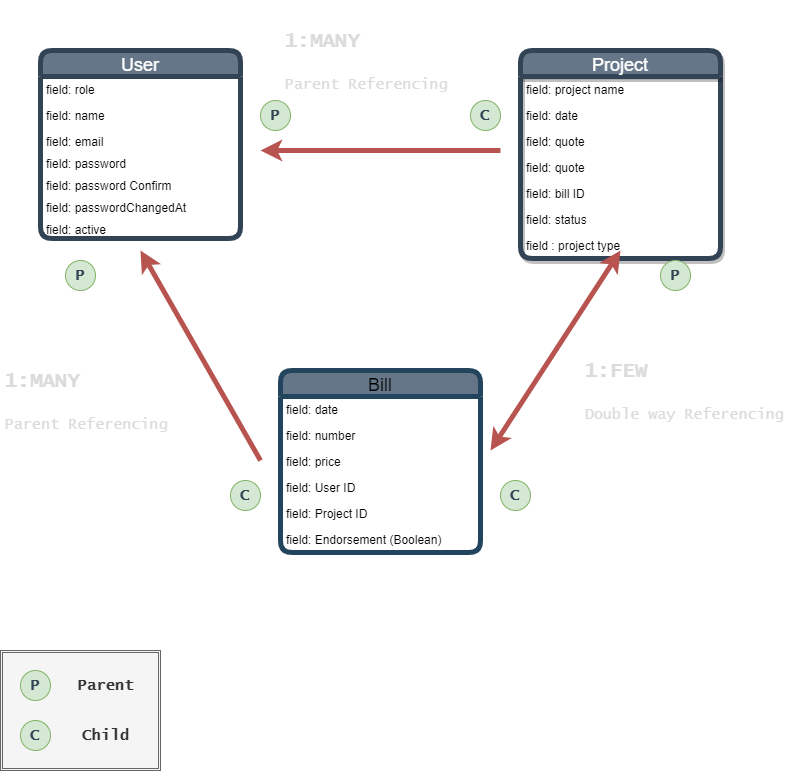
Before: Data Model.drawio.png, a diagram exported from draw.io (nasfernane/chill-panda). Source tidied: cells renumbered, new cells last; positions are measured from the earlier drawing's top-left corner, leaving out a move shared by most shapes.
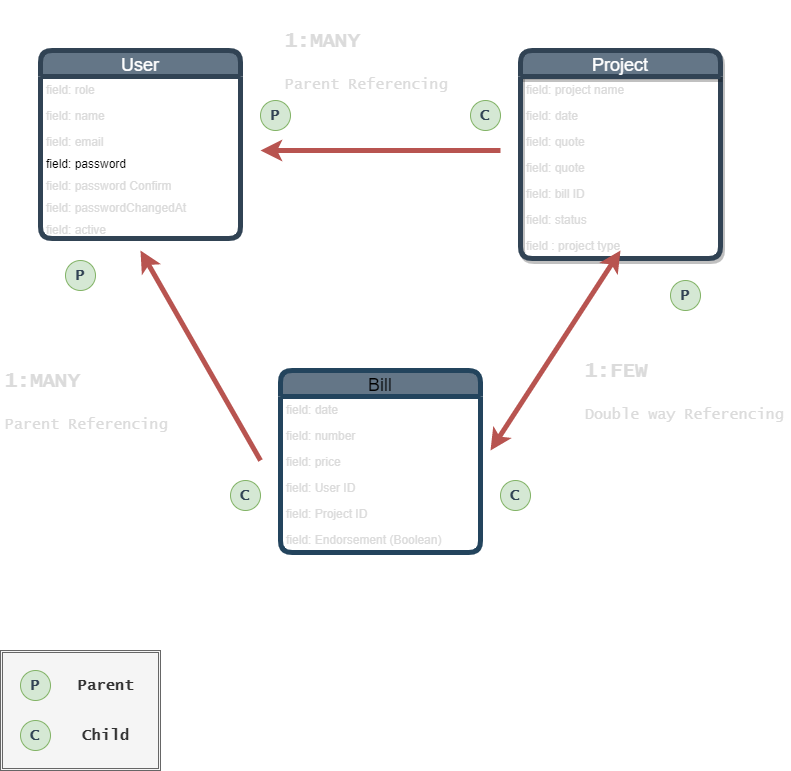
Later version of the same file.

Change to the diagram source:
```diff
@@ -5,70 +5,70 @@
     <mxCell id="2" value="User" style="swimlane;fontStyle=0;horizontal=1;startSize=26;fillColor=#647687;direction=east;fontColor=#ffffff;rounded=1;strokeWidth=5;strokeColor=#314354;fontSize=18;" parent="1" vertex="1">
       <mxGeometry x="40" y="40" width="200" height="188" as="geometry" />
     </mxCell>
-    <mxCell id="3" value="field: role" style="text;align=left;verticalAlign=top;spacingLeft=4;spacingRight=4;overflow=hidden;" parent="2" vertex="1">
+    <mxCell id="3" value="field: role" style="text;align=left;verticalAlign=top;spacingLeft=4;spacingRight=4;overflow=hidden;fontColor=#DBDBDB;" parent="2" vertex="1">
       <mxGeometry y="26" width="200" height="26" as="geometry" />
     </mxCell>
-    <mxCell id="4" value="field: name&#10;" style="text;align=left;verticalAlign=top;spacingLeft=4;spacingRight=4;overflow=hidden;strokeWidth=3;" parent="2" vertex="1">
+    <mxCell id="4" value="field: name&#10;" style="text;align=left;verticalAlign=top;spacingLeft=4;spacingRight=4;overflow=hidden;strokeWidth=3;fontColor=#DBDBDB;" parent="2" vertex="1">
       <mxGeometry y="52" width="200" height="26" as="geometry" />
     </mxCell>
-    <mxCell id="5" value="field: email&#10;" style="text;align=left;verticalAlign=top;spacingLeft=4;spacingRight=4;overflow=hidden;" parent="2" vertex="1">
+    <mxCell id="5" value="field: email&#10;" style="text;align=left;verticalAlign=top;spacingLeft=4;spacingRight=4;overflow=hidden;fontColor=#DBDBDB;" parent="2" vertex="1">
       <mxGeometry y="78" width="200" height="22" as="geometry" />
     </mxCell>
     <mxCell id="6" value="field: password" style="text;align=left;verticalAlign=top;spacingLeft=4;spacingRight=4;overflow=hidden;" parent="2" vertex="1">
       <mxGeometry y="100" width="200" height="22" as="geometry" />
     </mxCell>
-    <mxCell id="7" value="field: password Confirm&#10;" style="text;align=left;verticalAlign=top;spacingLeft=4;spacingRight=4;overflow=hidden;" parent="2" vertex="1">
+    <mxCell id="7" value="field: password Confirm&#10;" style="text;align=left;verticalAlign=top;spacingLeft=4;spacingRight=4;overflow=hidden;fontColor=#DBDBDB;" parent="2" vertex="1">
       <mxGeometry y="122" width="200" height="22" as="geometry" />
     </mxCell>
-    <mxCell id="8" value="field: passwordChangedAt" style="text;align=left;verticalAlign=top;spacingLeft=4;spacingRight=4;overflow=hidden;" parent="2" vertex="1">
+    <mxCell id="8" value="field: passwordChangedAt" style="text;align=left;verticalAlign=top;spacingLeft=4;spacingRight=4;overflow=hidden;fontColor=#DBDBDB;" parent="2" vertex="1">
       <mxGeometry y="144" width="200" height="22" as="geometry" />
     </mxCell>
-    <mxCell id="9" value="field: active&#10;" style="text;align=left;verticalAlign=top;spacingLeft=4;spacingRight=4;overflow=hidden;" parent="2" vertex="1">
+    <mxCell id="9" value="field: active&#10;" style="text;align=left;verticalAlign=top;spacingLeft=4;spacingRight=4;overflow=hidden;fontColor=#DBDBDB;" parent="2" vertex="1">
       <mxGeometry y="166" width="200" height="22" as="geometry" />
     </mxCell>
     <mxCell id="10" value="Project" style="swimlane;fontStyle=0;horizontal=1;startSize=26;strokeColor=#314354;fontColor=#ffffff;rounded=1;shadow=1;strokeWidth=5;fillColor=#647687;fontSize=18;" parent="1" vertex="1">
       <mxGeometry x="520" y="40" width="200" height="208" as="geometry" />
     </mxCell>
-    <mxCell id="11" value="field: project name" style="text;strokeColor=none;fillColor=none;align=left;verticalAlign=top;spacingLeft=4;spacingRight=4;overflow=hidden;" parent="10" vertex="1">
+    <mxCell id="11" value="field: project name" style="text;strokeColor=none;fillColor=none;align=left;verticalAlign=top;spacingLeft=4;spacingRight=4;overflow=hidden;fontColor=#DBDBDB;" parent="10" vertex="1">
       <mxGeometry y="26" width="200" height="26" as="geometry" />
     </mxCell>
-    <mxCell id="12" value="field: date" style="text;strokeColor=none;fillColor=none;align=left;verticalAlign=top;spacingLeft=4;spacingRight=4;overflow=hidden;" parent="10" vertex="1">
+    <mxCell id="12" value="field: date" style="text;strokeColor=none;fillColor=none;align=left;verticalAlign=top;spacingLeft=4;spacingRight=4;overflow=hidden;fontColor=#DBDBDB;" parent="10" vertex="1">
       <mxGeometry y="52" width="200" height="26" as="geometry" />
     </mxCell>
-    <mxCell id="13" value="field: quote" style="text;strokeColor=none;fillColor=none;align=left;verticalAlign=top;spacingLeft=4;spacingRight=4;overflow=hidden;" parent="10" vertex="1">
+    <mxCell id="13" value="field: quote" style="text;strokeColor=none;fillColor=none;align=left;verticalAlign=top;spacingLeft=4;spacingRight=4;overflow=hidden;fontColor=#DBDBDB;" parent="10" vertex="1">
       <mxGeometry y="78" width="200" height="26" as="geometry" />
     </mxCell>
-    <mxCell id="14" value="field: quote" style="text;strokeColor=none;fillColor=none;align=left;verticalAlign=top;spacingLeft=4;spacingRight=4;overflow=hidden;" parent="10" vertex="1">
+    <mxCell id="14" value="field: quote" style="text;strokeColor=none;fillColor=none;align=left;verticalAlign=top;spacingLeft=4;spacingRight=4;overflow=hidden;fontColor=#DBDBDB;" parent="10" vertex="1">
       <mxGeometry y="104" width="200" height="26" as="geometry" />
     </mxCell>
-    <mxCell id="15" value="field: bill ID" style="text;strokeColor=none;fillColor=none;align=left;verticalAlign=top;spacingLeft=4;spacingRight=4;overflow=hidden;" parent="10" vertex="1">
+    <mxCell id="15" value="field: bill ID" style="text;strokeColor=none;fillColor=none;align=left;verticalAlign=top;spacingLeft=4;spacingRight=4;overflow=hidden;fontColor=#DBDBDB;" parent="10" vertex="1">
       <mxGeometry y="130" width="200" height="26" as="geometry" />
     </mxCell>
-    <mxCell id="16" value="field: status" style="text;strokeColor=none;fillColor=none;align=left;verticalAlign=top;spacingLeft=4;spacingRight=4;overflow=hidden;" parent="10" vertex="1">
+    <mxCell id="16" value="field: status" style="text;strokeColor=none;fillColor=none;align=left;verticalAlign=top;spacingLeft=4;spacingRight=4;overflow=hidden;fontColor=#DBDBDB;" parent="10" vertex="1">
       <mxGeometry y="156" width="200" height="26" as="geometry" />
     </mxCell>
-    <mxCell id="17" value="field : project type" style="text;strokeColor=none;fillColor=none;align=left;verticalAlign=top;spacingLeft=4;spacingRight=4;overflow=hidden;" parent="10" vertex="1">
+    <mxCell id="17" value="field : project type" style="text;strokeColor=none;fillColor=none;align=left;verticalAlign=top;spacingLeft=4;spacingRight=4;overflow=hidden;fontColor=#DBDBDB;" parent="10" vertex="1">
       <mxGeometry y="182" width="200" height="26" as="geometry" />
     </mxCell>
     <mxCell id="18" value="Bill" style="swimlane;fontStyle=0;horizontal=1;startSize=26;rounded=1;strokeWidth=5;strokeColor=#23445d;fillColor=#647687;fontSize=18;" parent="1" vertex="1">
       <mxGeometry x="280" y="360" width="200" height="182" as="geometry" />
     </mxCell>
-    <mxCell id="19" value="field: date" style="text;strokeColor=none;fillColor=none;align=left;verticalAlign=top;spacingLeft=4;spacingRight=4;overflow=hidden;" parent="18" vertex="1">
+    <mxCell id="19" value="field: date" style="text;strokeColor=none;fillColor=none;align=left;verticalAlign=top;spacingLeft=4;spacingRight=4;overflow=hidden;fontColor=#DBDBDB;" parent="18" vertex="1">
       <mxGeometry y="26" width="200" height="26" as="geometry" />
     </mxCell>
-    <mxCell id="20" value="field: number" style="text;strokeColor=none;fillColor=none;align=left;verticalAlign=top;spacingLeft=4;spacingRight=4;overflow=hidden;" parent="18" vertex="1">
+    <mxCell id="20" value="field: number" style="text;strokeColor=none;fillColor=none;align=left;verticalAlign=top;spacingLeft=4;spacingRight=4;overflow=hidden;fontColor=#DBDBDB;" parent="18" vertex="1">
       <mxGeometry y="52" width="200" height="26" as="geometry" />
     </mxCell>
-    <mxCell id="21" value="field: price" style="text;strokeColor=none;fillColor=none;align=left;verticalAlign=top;spacingLeft=4;spacingRight=4;overflow=hidden;" parent="18" vertex="1">
+    <mxCell id="21" value="field: price" style="text;strokeColor=none;fillColor=none;align=left;verticalAlign=top;spacingLeft=4;spacingRight=4;overflow=hidden;fontColor=#DBDBDB;" parent="18" vertex="1">
       <mxGeometry y="78" width="200" height="26" as="geometry" />
     </mxCell>
-    <mxCell id="22" value="field: User ID" style="text;strokeColor=none;fillColor=none;align=left;verticalAlign=top;spacingLeft=4;spacingRight=4;overflow=hidden;" parent="18" vertex="1">
+    <mxCell id="22" value="field: User ID" style="text;strokeColor=none;fillColor=none;align=left;verticalAlign=top;spacingLeft=4;spacingRight=4;overflow=hidden;fontColor=#DBDBDB;" parent="18" vertex="1">
       <mxGeometry y="104" width="200" height="26" as="geometry" />
     </mxCell>
-    <mxCell id="23" value="field: Project ID" style="text;strokeColor=none;fillColor=none;align=left;verticalAlign=top;spacingLeft=4;spacingRight=4;overflow=hidden;" parent="18" vertex="1">
+    <mxCell id="23" value="field: Project ID" style="text;strokeColor=none;fillColor=none;align=left;verticalAlign=top;spacingLeft=4;spacingRight=4;overflow=hidden;fontColor=#DBDBDB;" parent="18" vertex="1">
       <mxGeometry y="130" width="200" height="26" as="geometry" />
     </mxCell>
-    <mxCell id="24" value="field: Endorsement (Boolean)" style="text;strokeColor=none;fillColor=none;align=left;verticalAlign=top;spacingLeft=4;spacingRight=4;overflow=hidden;" parent="18" vertex="1">
+    <mxCell id="24" value="field: Endorsement (Boolean)" style="text;strokeColor=none;fillColor=none;align=left;verticalAlign=top;spacingLeft=4;spacingRight=4;overflow=hidden;fontColor=#DBDBDB;" parent="18" vertex="1">
       <mxGeometry y="156" width="200" height="26" as="geometry" />
     </mxCell>
     <mxCell id="25" style="shape=ext;double=1;rounded=0;whiteSpace=wrap;html=1;fillColor=#f5f5f5;strokeColor=#666666;fontColor=#333333;" parent="1" vertex="1">
@@ -114,7 +114,7 @@
       <mxGeometry x="500" y="470" width="30" height="30" as="geometry" />
     </mxCell>
     <mxCell id="37" value="&lt;b&gt;&lt;font face=&quot;Lucida Console&quot; style=&quot;font-size: 15px&quot; color=&quot;#314354&quot;&gt;P&lt;/font&gt;&lt;/b&gt;" style="ellipse;whiteSpace=wrap;html=1;fillColor=#d5e8d4;strokeColor=#82b366;" parent="1" vertex="1">
-      <mxGeometry x="660" y="250" width="30" height="30" as="geometry" />
+      <mxGeometry x="670" y="270" width="30" height="30" as="geometry" />
     </mxCell>
     <mxCell id="38" value="&lt;h1&gt;&lt;font style=&quot;font-size: 20px&quot; color=&quot;#dbdbdb&quot;&gt;1:FEW&lt;/font&gt;&lt;/h1&gt;&lt;p&gt;&lt;font style=&quot;font-size: 15px&quot; color=&quot;#dbdbdb&quot;&gt;Double way Referencing&lt;/font&gt;&lt;/p&gt;&lt;p style=&quot;font-size: 30px&quot;&gt;&lt;br&gt;&lt;/p&gt;" style="text;html=1;strokeColor=none;fillColor=none;spacing=5;spacingTop=-20;whiteSpace=wrap;overflow=hidden;rounded=0;fontFamily=Lucida Console;fontSize=15;fontColor=#FFFFFF;" parent="1" vertex="1">
       <mxGeometry x="580" y="330" width="210" height="90" as="geometry" />
```
